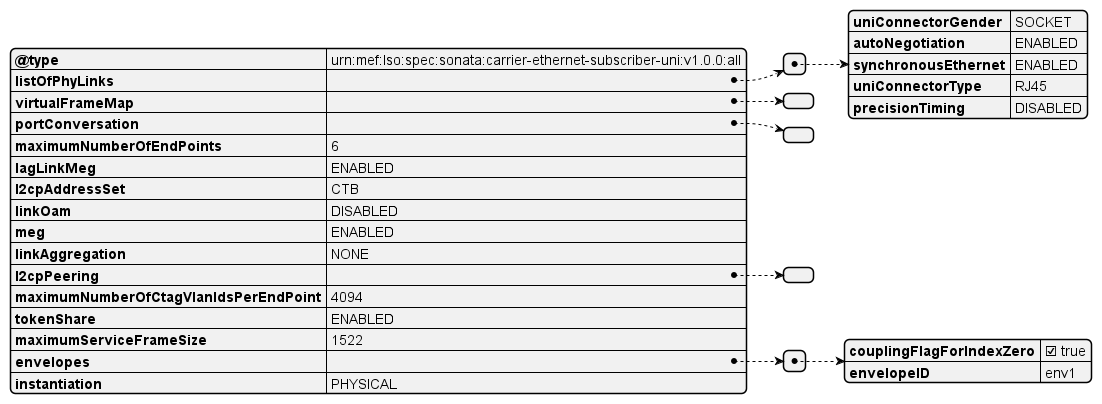
The PlantUML diagram documentation/productSchema/carrierEthernet/subscriberEthernet/MEF 125.0.1 resources/media/images/UseCase2cRequestEplanUNIDiagram.png in MEF-GIT/MEF-LSO-Sonata-SDK, before a commit.
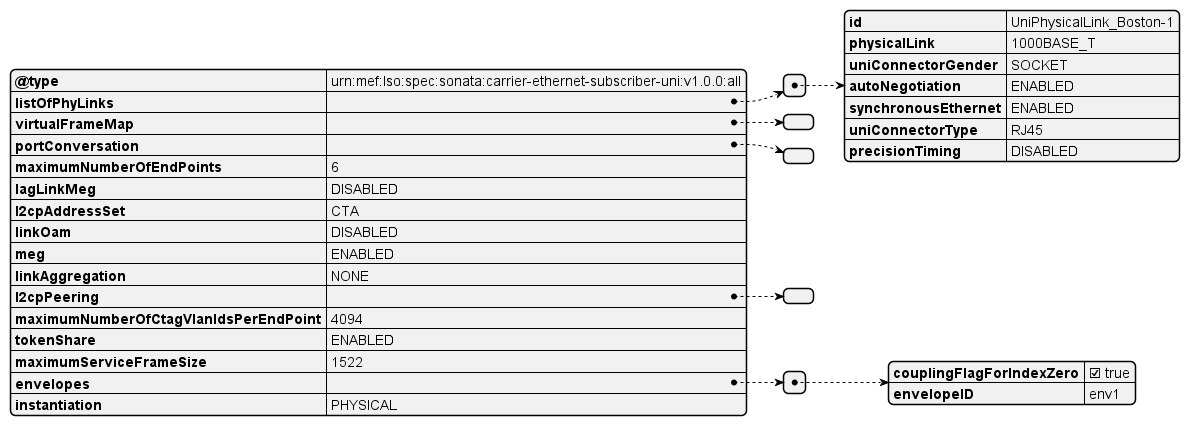
Later version of the same file.

Change to the diagram source:
```diff
@@ -3,6 +3,8 @@
   "@type": "urn:mef:lso:spec:sonata:carrier-ethernet-subscriber-uni:v1.0.0:all",
   "listOfPhyLinks": [
     {
+      "id": "UniPhysicalLink_Boston-1",
+      "physicalLink": "1000BASE_T",
       "uniConnectorGender": "SOCKET",
       "autoNegotiation": "ENABLED",
       "synchronousEthernet": "ENABLED",
@@ -13,8 +15,8 @@
   "virtualFrameMap": [],
   "portConversation": [],
   "maximumNumberOfEndPoints": 6,
-  "lagLinkMeg": "ENABLED",
-  "l2cpAddressSet": "CTB",
+  "lagLinkMeg": "DISABLED",
+  "l2cpAddressSet": "CTA",
   "linkOam": "DISABLED",
   "meg": "ENABLED",
   "linkAggregation": "NONE",
```
